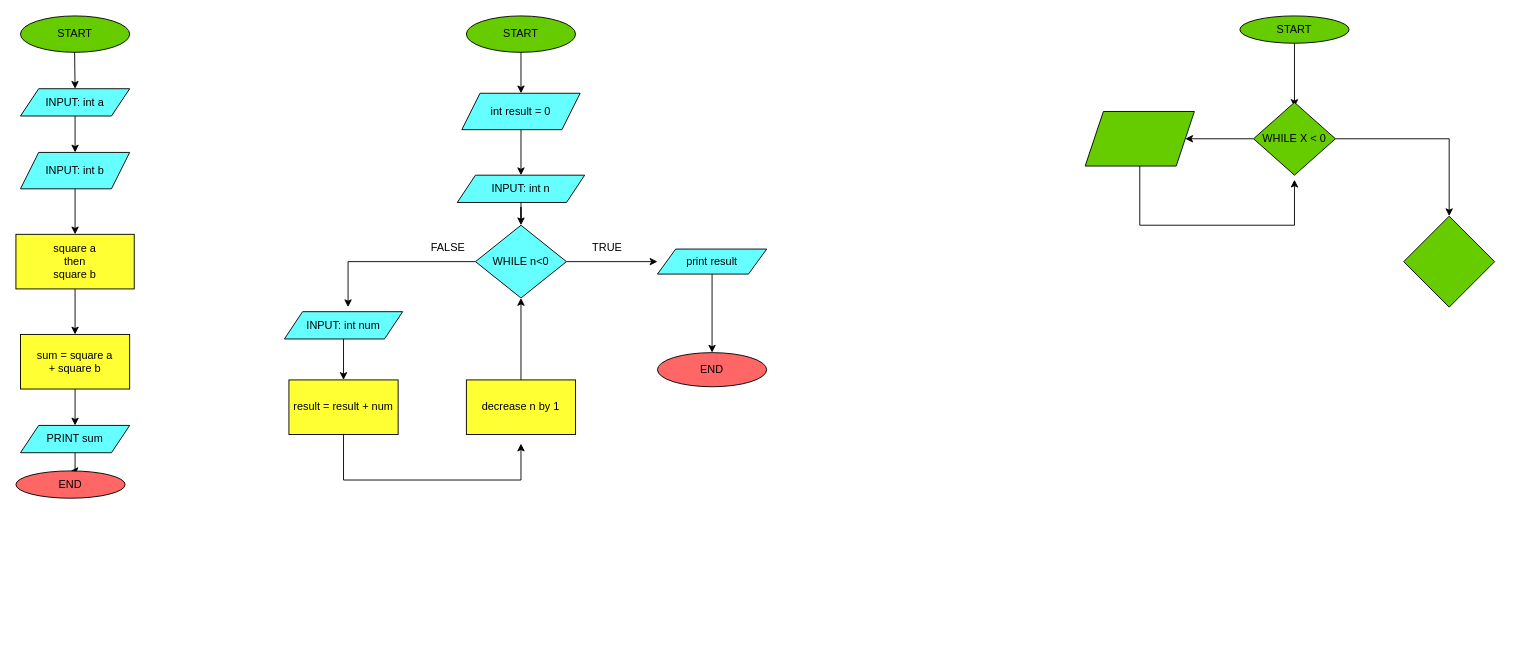
Above: sum Diagram.drawio in Arnold-A-Mubaiwa/tili (draw.io), before the change. Source tidied: cells renumbered, new cells numbered last; positions are measured from the earlier drawing's top-left corner, leaving out a move shared by most shapes. Both pictures are drawn from the tidied source at 91%, with x=0, y=0 at pixel (15, 15).
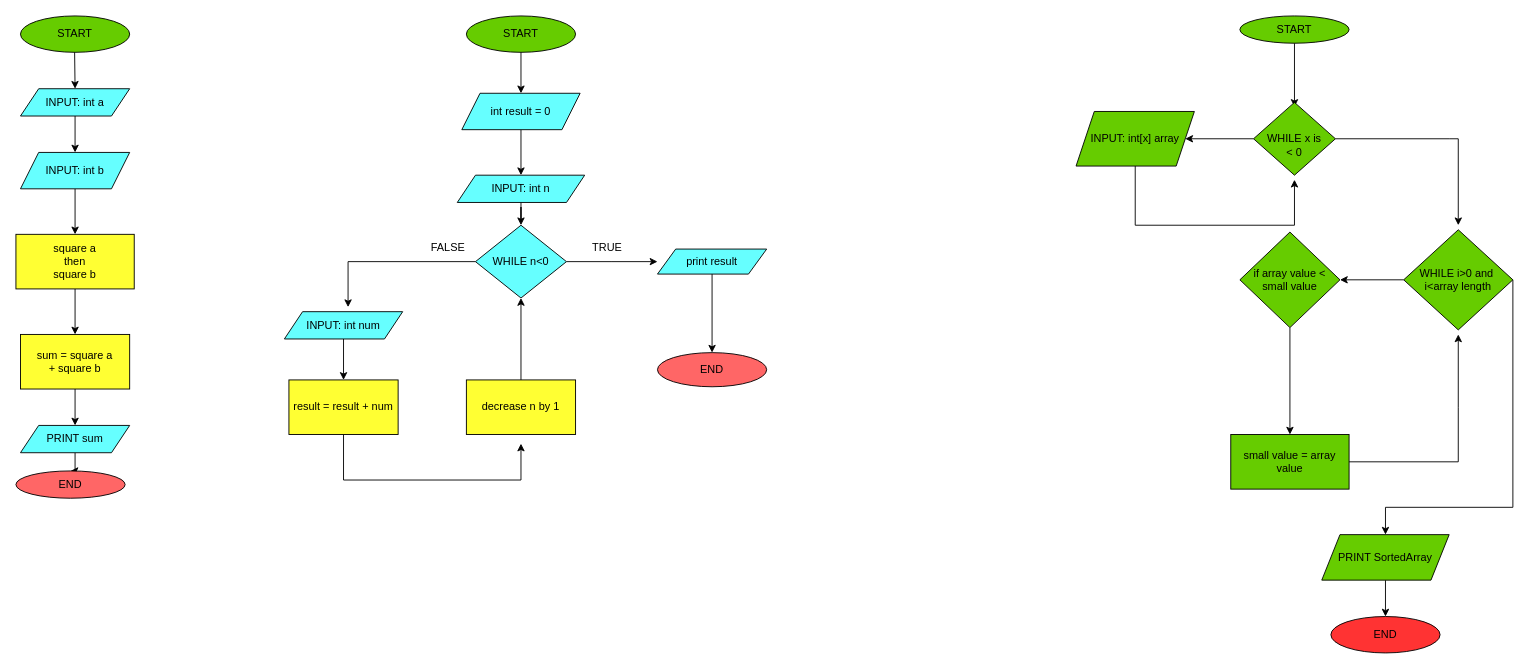
The same page after the edit.

Diff of the diagram source:
```diff
@@
-    <mxCell id="38" value="WHILE X &amp;lt; 0" style="rhombus;whiteSpace=wrap;html=1;fillColor=#66CC00;" parent="1" vertex="1">
+    <mxCell id="38" value="&lt;br&gt;WHILE x is &lt;br&gt;&amp;lt; 0" style="rhombus;whiteSpace=wrap;html=1;fillColor=#66CC00;" parent="1" vertex="1">
       <mxGeometry x="1360" y="95" width="90" height="80" as="geometry" />
     </mxCell>
-    <mxCell id="39" style="shape=parallelogram;perimeter=parallelogramPerimeter;whiteSpace=wrap;html=1;fixedSize=1;fillColor=#66CC00;" parent="1" vertex="1">
-      <mxGeometry x="1175" y="105" width="120" height="60" as="geometry" />
+    <mxCell id="39" value="INPUT: int[x] array" style="shape=parallelogram;perimeter=parallelogramPerimeter;whiteSpace=wrap;html=1;fixedSize=1;fillColor=#66CC00;" parent="1" vertex="1">
+      <mxGeometry x="1165" y="105" width="130" height="60" as="geometry" />
     </mxCell>
     <mxCell id="40" style="endArrow=classic;html=1;rounded=0;fillColor=#FFFF33;exitX=0.5;exitY=1;exitDx=0;exitDy=0;" parent="1" edge="1" source="39">
       <mxGeometry relative="1" as="geometry">
         <mxPoint x="1405" y="180" as="targetPoint" />
         <Array as="points">
-          <mxPoint x="1235" y="230" />
+          <mxPoint x="1230" y="230" />
           <mxPoint x="1405" y="230" />
         </Array>
       </mxGeometry>
     </mxCell>
     <mxCell id="41" style="endArrow=classic;html=1;rounded=0;fillColor=#FFFF33;exitX=1;exitY=0.5;exitDx=0;exitDy=0;" parent="1" edge="1" source="38">
       <mxGeometry relative="1" as="geometry">
-        <mxPoint x="1575" y="220" as="targetPoint" />
+        <mxPoint x="1585" y="230" as="targetPoint" />
         <Array as="points">
           <mxPoint x="1575" y="135" />
+          <mxPoint x="1585" y="135" />
         </Array>
       </mxGeometry>
     </mxCell>
+    <mxCell id="43" style="edgeStyle=orthogonalEdgeStyle;rounded=0;jettySize=auto;html=1;fillColor=#FFFF33;entryX=1;entryY=0.5;entryDx=0;entryDy=0;" parent="1" edge="1" source="42" target="45">
+      <mxGeometry relative="1" as="geometry" />
+    </mxCell>
-    <mxCell id="42" style="rhombus;whiteSpace=wrap;html=1;fillColor=#66CC00;" parent="1" vertex="1">
-      <mxGeometry x="1525" y="220" width="100" height="100" as="geometry" />
+    <mxCell id="42" value="WHILE i&amp;gt;0 and&amp;nbsp;&lt;br&gt;i&amp;lt;array length" style="rhombus;whiteSpace=wrap;html=1;fillColor=#66CC00;" parent="1" vertex="1">
+      <mxGeometry x="1525" y="235" width="120" height="110" as="geometry" />
     </mxCell>
+    <mxCell id="44" style="edgeStyle=orthogonalEdgeStyle;rounded=0;jettySize=auto;html=1;fillColor=#FFFF33;" parent="1" edge="1" source="45" target="46">
+      <mxGeometry relative="1" as="geometry" />
+    </mxCell>
+    <mxCell id="45" value="if array value &amp;lt;&lt;br&gt;small value" style="rhombus;whiteSpace=wrap;html=1;fillColor=#66CC00;" parent="1" vertex="1">
+      <mxGeometry x="1345" y="237.5" width="110" height="105" as="geometry" />
+    </mxCell>
+    <mxCell id="46" value="small value = array value" style="whiteSpace=wrap;html=1;fillColor=#66CC00;" parent="1" vertex="1">
+      <mxGeometry x="1335" y="460" width="130" height="60" as="geometry" />
+    </mxCell>
+    <mxCell id="47" style="endArrow=classic;html=1;rounded=0;fillColor=#FFFF33;" parent="1" edge="1">
+      <mxGeometry relative="1" as="geometry">
+        <mxPoint x="1465" y="490" as="sourcePoint" />
+        <mxPoint x="1585" y="350" as="targetPoint" />
+        <Array as="points">
+          <mxPoint x="1585" y="490" />
+          <mxPoint x="1585" y="430" />
+        </Array>
+      </mxGeometry>
+    </mxCell>
+    <mxCell id="48" style="endArrow=classic;html=1;rounded=0;fillColor=#FFFF33;exitX=1;exitY=0.5;exitDx=0;exitDy=0;" parent="1" edge="1" source="42">
+      <mxGeometry relative="1" as="geometry">
+        <mxPoint x="1505" y="570" as="targetPoint" />
+        <Array as="points">
+          <mxPoint x="1645" y="540" />
+          <mxPoint x="1505" y="540" />
+        </Array>
+      </mxGeometry>
+    </mxCell>
+    <mxCell id="49" style="edgeStyle=orthogonalEdgeStyle;rounded=0;jettySize=auto;html=1;fillColor=#FFFF33;" parent="1" edge="1" source="50" target="51">
+      <mxGeometry relative="1" as="geometry" />
+    </mxCell>
+    <mxCell id="50" value="PRINT SortedArray" style="shape=parallelogram;perimeter=parallelogramPerimeter;whiteSpace=wrap;html=1;fixedSize=1;fillColor=#66CC00;" parent="1" vertex="1">
+      <mxGeometry x="1435" y="570" width="140" height="50" as="geometry" />
+    </mxCell>
+    <mxCell id="51" value="END" style="ellipse;whiteSpace=wrap;html=1;fillColor=#FF3333;" parent="1" vertex="1">
+      <mxGeometry x="1445" y="660" width="120" height="40" as="geometry" />
+    </mxCell>
```
